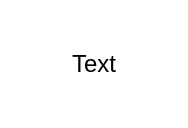
Above: home.drawio in pojthi/pojthi (draw.io), before the change. Source tidied: cells renumbered, new cells numbered last; positions are measured from the earlier drawing's top-left corner, leaving out a move shared by most shapes. Both pictures are drawn from the tidied source at 200%, with x=0, y=0 at pixel (34, 34).
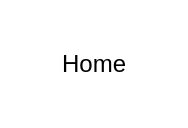
After the change.

Change to the diagram source:
```diff
@@
 <mxGraphModel>
   <root>
     <mxCell id="0" />
     <mxCell id="1" parent="0" />
-    <mxCell id="2" value="Text" style="text;html=1;align=center;verticalAlign=middle;whiteSpace=wrap;rounded=0;" parent="1" vertex="1">
+    <mxCell id="2" value="Home" style="text;html=1;align=center;verticalAlign=middle;whiteSpace=wrap;rounded=0;" parent="1" vertex="1">
       <mxGeometry width="60" height="30" as="geometry" />
     </mxCell>
   </root>
 </mxGraphModel>
```
